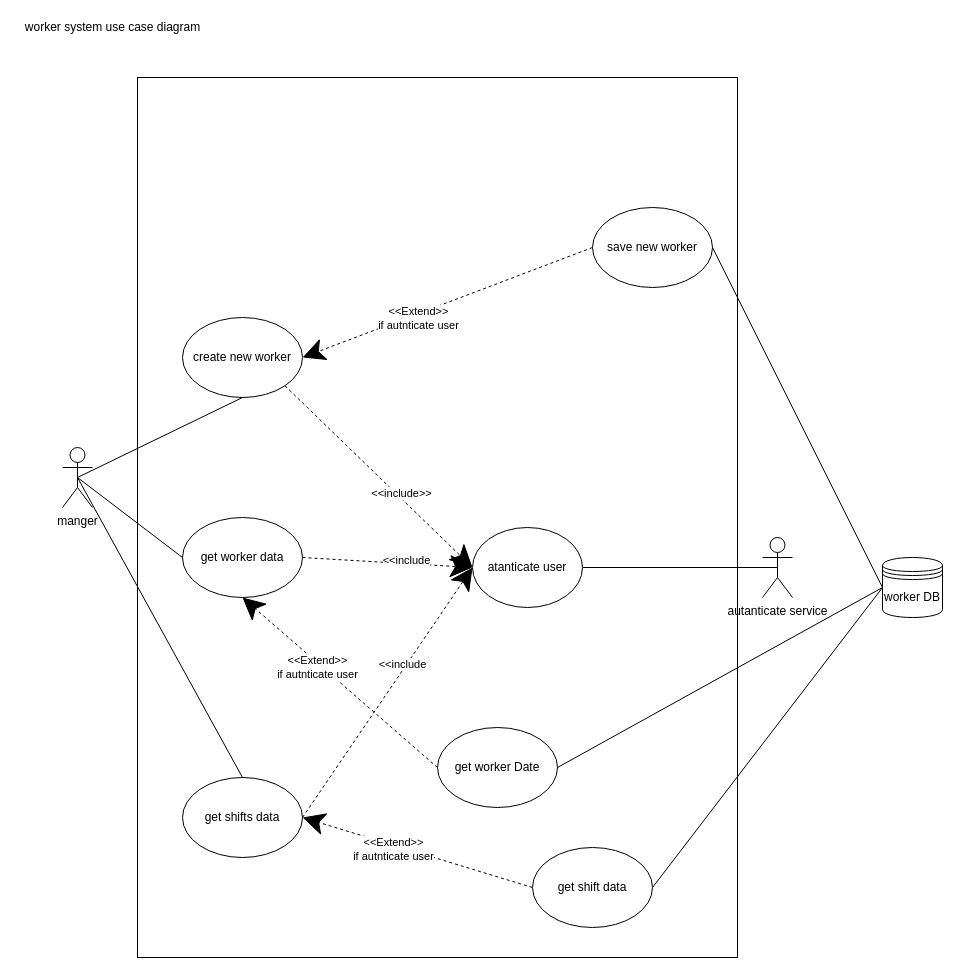
This is Worker Service/Uml/worker system UC Diagram.drawio from ddenis1994/Food-Delivery, a draw.io file, before an edit. Source tidied: cells renumbered, new cells numbered last; positions are measured from the earlier drawing's top-left corner, leaving out a move shared by most shapes. Both pictures are drawn from the tidied source at 100%, with x=0, y=0 at pixel (17, 17).
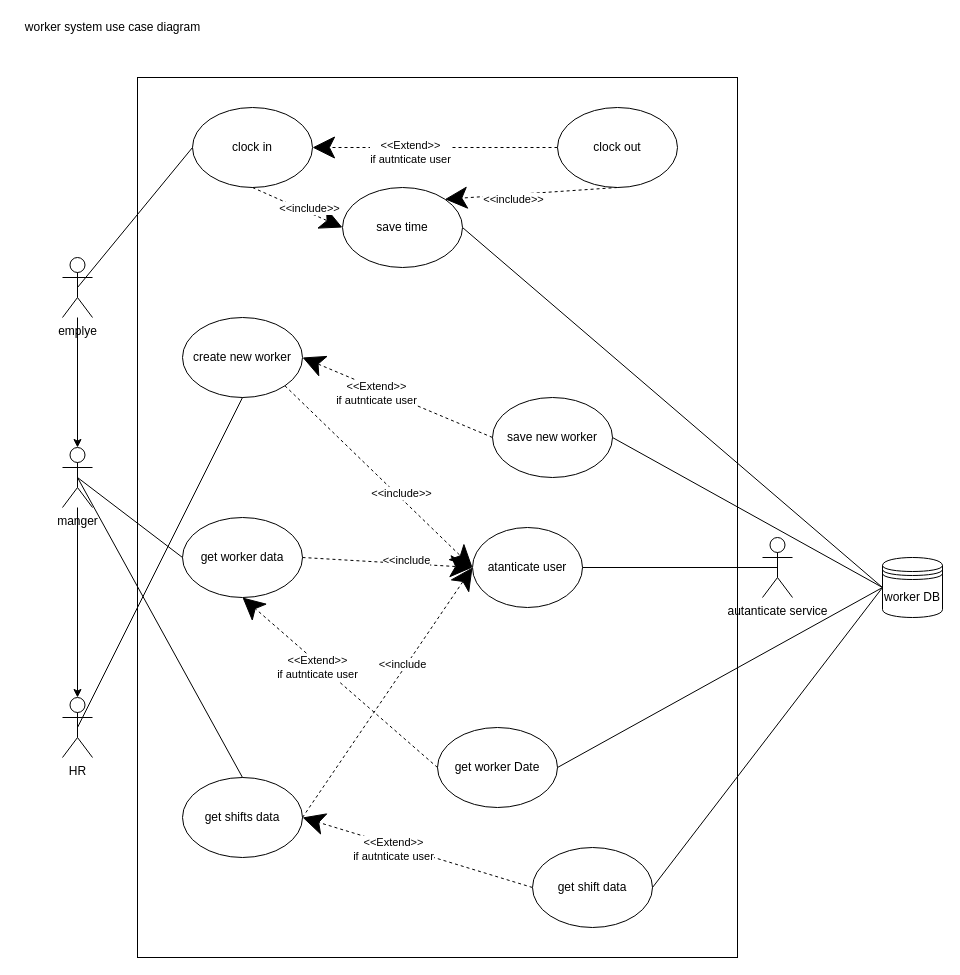
The same page after the edit.

The change refers to these unchanged cells:
```xml
<mxCell id="2" value="manger" style="shape=umlActor;verticalLabelPosition=bottom;verticalAlign=top;html=1;outlineConnect=0;" parent="1" vertex="1">
  <mxGeometry x="45" y="430" width="30" height="60" as="geometry" />
</mxCell>
<mxCell id="4" value="create new worker" style="ellipse;whiteSpace=wrap;html=1;" parent="1" vertex="1">
  <mxGeometry x="165" y="300" width="120" height="80" as="geometry" />
</mxCell>
<mxCell id="8" value="worker DB" style="shape=datastore;whiteSpace=wrap;html=1;" parent="1" vertex="1">
  <mxGeometry x="865" y="540" width="60" height="60" as="geometry" />
</mxCell>
```

The edit, as a diff of the source:
```diff
@@
+    <mxCell id="33" style="edgeStyle=orthogonalEdgeStyle;rounded=0;jettySize=auto;html=1;entryX=0.5;entryY=0;entryDx=0;entryDy=0;entryPerimeter=0;" parent="1" edge="1" source="2" target="34">
+      <mxGeometry relative="1" as="geometry" />
+    </mxCell>
@@
-    <mxCell id="5" style="endArrow=none;html=1;entryX=0.5;entryY=1;entryDx=0;entryDy=0;exitX=0.5;exitY=0.5;exitDx=0;exitDy=0;exitPerimeter=0;" parent="1" edge="1" source="2" target="4">
+    <mxCell id="5" style="endArrow=none;html=1;entryX=0.5;entryY=1;entryDx=0;entryDy=0;exitX=0.5;exitY=0.5;exitDx=0;exitDy=0;exitPerimeter=0;" parent="1" edge="1" source="34" target="4">
       <mxGeometry relative="1" as="geometry" />
     </mxCell>
@@
     <mxCell id="18" value="save new worker" style="ellipse;whiteSpace=wrap;html=1;" parent="1" vertex="1">
-      <mxGeometry x="575" y="190" width="120" height="80" as="geometry" />
+      <mxGeometry x="475" y="380" width="120" height="80" as="geometry" />
     </mxCell>
@@
+    <mxCell id="34" value="HR" style="shape=umlActor;verticalLabelPosition=bottom;verticalAlign=top;html=1;outlineConnect=0;" parent="1" vertex="1">
+      <mxGeometry x="45" y="680" width="30" height="60" as="geometry" />
+    </mxCell>
+    <mxCell id="35" style="edgeStyle=orthogonalEdgeStyle;rounded=0;jettySize=auto;html=1;entryX=0.5;entryY=0;entryDx=0;entryDy=0;entryPerimeter=0;" parent="1" edge="1" source="36" target="2">
+      <mxGeometry relative="1" as="geometry" />
+    </mxCell>
+    <mxCell id="36" value="emplye" style="shape=umlActor;verticalLabelPosition=bottom;verticalAlign=top;html=1;outlineConnect=0;" parent="1" vertex="1">
+      <mxGeometry x="45" y="240" width="30" height="60" as="geometry" />
+    </mxCell>
+    <mxCell id="37" value="clock in" style="ellipse;whiteSpace=wrap;html=1;" parent="1" vertex="1">
+      <mxGeometry x="175" y="90" width="120" height="80" as="geometry" />
+    </mxCell>
+    <mxCell id="38" style="endArrow=classic;html=1;exitX=0;exitY=0.5;exitDx=0;exitDy=0;entryX=1;entryY=0.5;entryDx=0;entryDy=0;dashed=1;endFill=1;startArrow=none;startFill=0;endSize=20;" parent="1" edge="1" source="40" target="37">
+      <mxGeometry relative="1" as="geometry" />
+    </mxCell>
+    <mxCell id="39" value="&amp;lt;&amp;lt;Extend&amp;gt;&amp;gt;&lt;br&gt;if autnticate user" style="edgeLabel;html=1;align=center;verticalAlign=middle;" parent="38" vertex="1">
+      <mxGeometry x="0.21" y="4" relative="1" as="geometry" />
+    </mxCell>
+    <mxCell id="40" value="clock out" style="ellipse;whiteSpace=wrap;html=1;" parent="1" vertex="1">
+      <mxGeometry x="540" y="90" width="120" height="80" as="geometry" />
+    </mxCell>
+    <mxCell id="41" style="endArrow=none;html=1;exitX=0.5;exitY=0.5;exitDx=0;exitDy=0;exitPerimeter=0;entryX=0;entryY=0.5;entryDx=0;entryDy=0;" parent="1" edge="1" source="36" target="37">
+      <mxGeometry relative="1" as="geometry" />
+    </mxCell>
+    <mxCell id="42" style="endArrow=none;html=1;entryX=0;entryY=0.5;entryDx=0;entryDy=0;exitX=1;exitY=0.5;exitDx=0;exitDy=0;" parent="1" edge="1" source="43" target="8">
+      <mxGeometry relative="1" as="geometry" />
+    </mxCell>
+    <mxCell id="43" value="save time" style="ellipse;whiteSpace=wrap;html=1;" parent="1" vertex="1">
+      <mxGeometry x="325" y="170" width="120" height="80" as="geometry" />
+    </mxCell>
+    <mxCell id="44" style="endArrow=classic;html=1;exitX=0.5;exitY=1;exitDx=0;exitDy=0;entryX=0;entryY=0.5;entryDx=0;entryDy=0;dashed=1;endFill=1;startArrow=none;startFill=0;endSize=20;" parent="1" edge="1" source="37" target="43">
+      <mxGeometry relative="1" as="geometry" />
+    </mxCell>
+    <mxCell id="45" value="&amp;lt;&amp;lt;include&amp;gt;&amp;gt;" style="edgeLabel;html=1;align=center;verticalAlign=middle;" parent="44" vertex="1">
+      <mxGeometry x="0.21" y="4" relative="1" as="geometry" />
+    </mxCell>
+    <mxCell id="46" style="endArrow=classic;html=1;exitX=0.5;exitY=1;exitDx=0;exitDy=0;entryX=1;entryY=0;entryDx=0;entryDy=0;dashed=1;endFill=1;startArrow=none;startFill=0;endSize=20;" parent="1" edge="1" source="40" target="43">
+      <mxGeometry relative="1" as="geometry" />
+    </mxCell>
+    <mxCell id="47" value="&amp;lt;&amp;lt;include&amp;gt;&amp;gt;" style="edgeLabel;html=1;align=center;verticalAlign=middle;" parent="46" vertex="1">
+      <mxGeometry x="0.21" y="4" relative="1" as="geometry" />
+    </mxCell>
```
